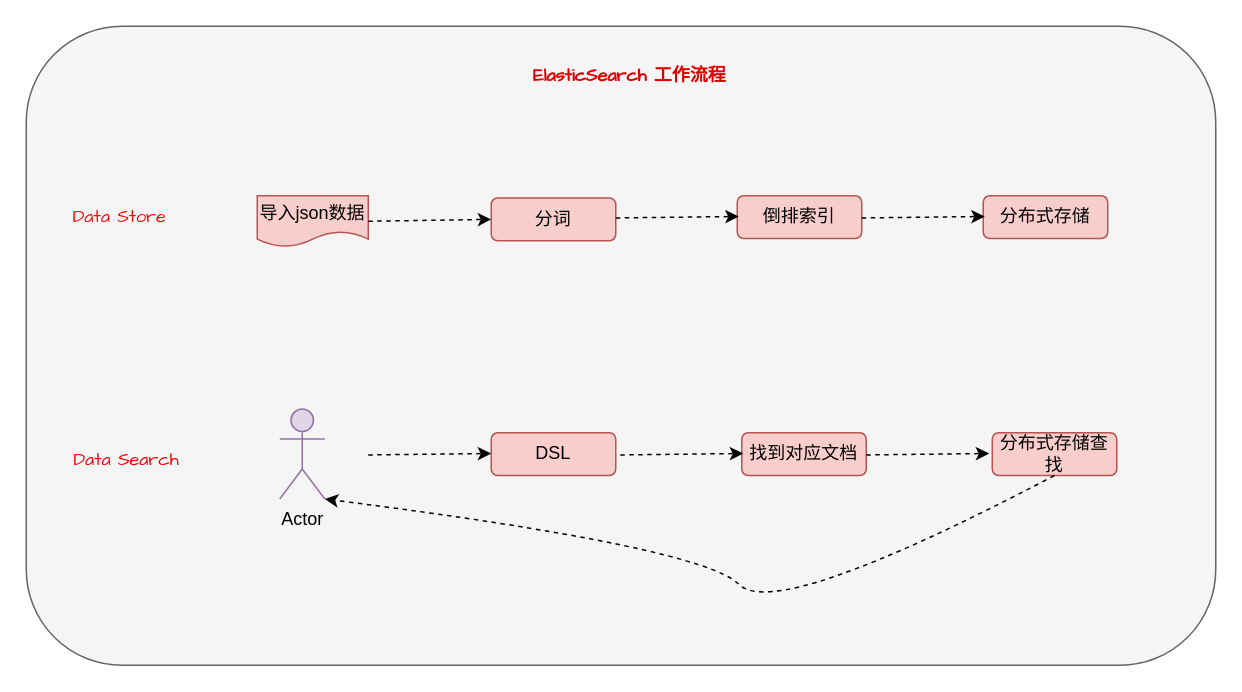
This is Elasticsearch.drawio from BJPotter/drawio, a draw.io file, before an edit. Source tidied: cells renumbered, new cells numbered last; positions are measured from the earlier drawing's top-left corner, leaving out a move shared by most shapes. Both pictures are drawn from the tidied source at 150%, with x=0, y=0 at pixel (26, 26).
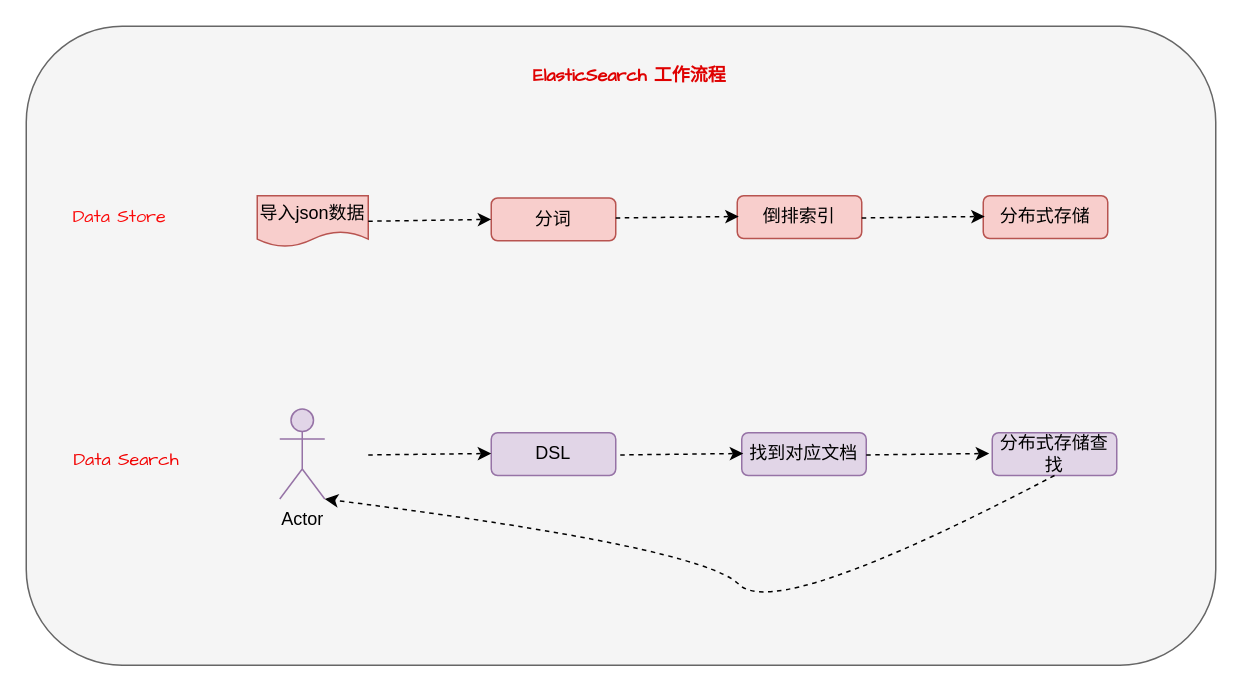
The same page after the edit.

Change to the diagram source:
```diff
@@
-    <mxCell id="11" value="DSL" style="rounded=1;whiteSpace=wrap;html=1;fillColor=#f8cecc;strokeColor=#b85450;" parent="1" vertex="1">
+    <mxCell id="11" value="DSL" style="rounded=1;whiteSpace=wrap;html=1;fillColor=#e1d5e7;strokeColor=#9673a6;" parent="1" vertex="1">
       <mxGeometry x="310" y="271" width="83" height="28.5" as="geometry" />
     </mxCell>
-    <mxCell id="12" value="找到对应文档" style="rounded=1;whiteSpace=wrap;html=1;fillColor=#f8cecc;strokeColor=#b85450;" parent="1" vertex="1">
+    <mxCell id="12" value="找到对应文档" style="rounded=1;whiteSpace=wrap;html=1;fillColor=#e1d5e7;strokeColor=#9673a6;" parent="1" vertex="1">
       <mxGeometry x="477" y="271" width="83" height="28.5" as="geometry" />
     </mxCell>
-    <mxCell id="13" value="分布式存储查找" style="rounded=1;whiteSpace=wrap;html=1;fillColor=#f8cecc;strokeColor=#b85450;" parent="1" vertex="1">
+    <mxCell id="13" value="分布式存储查找" style="rounded=1;whiteSpace=wrap;html=1;fillColor=#e1d5e7;strokeColor=#9673a6;" parent="1" vertex="1">
       <mxGeometry x="644" y="271" width="83" height="28.5" as="geometry" />
     </mxCell>
```
